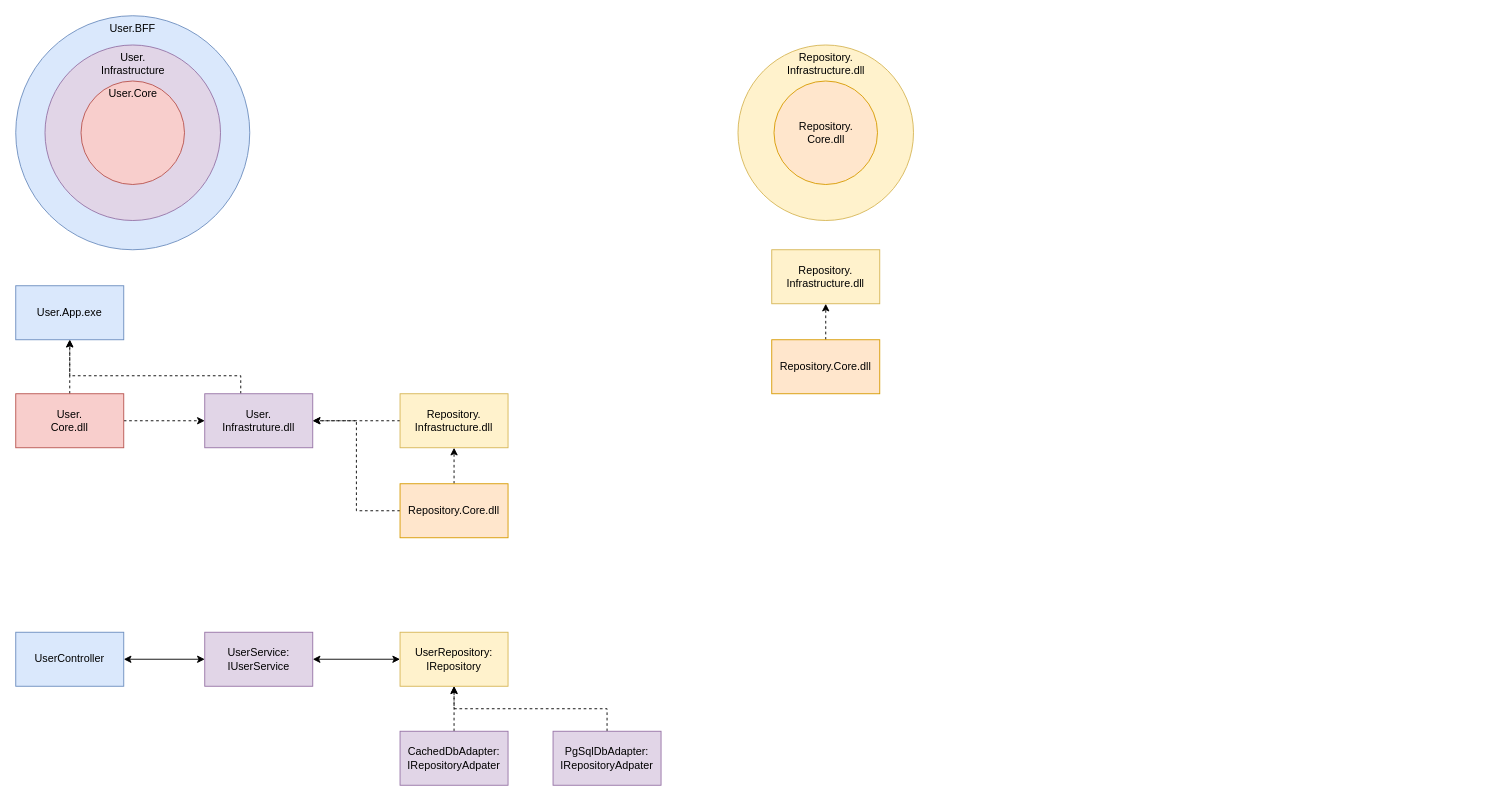
Earlier version of the draw.io diagram page "Services" (2 of 2) of Docs/Field Management System.drawio (BakPeter/FieldManagementSystem). Source tidied: cells renumbered, new cells numbered last; positions are measured from the earlier drawing's top-left corner, leaving out a move shared by most shapes. Both pictures are drawn from the tidied source at 90%, with x=0, y=0 at pixel (15, 15).
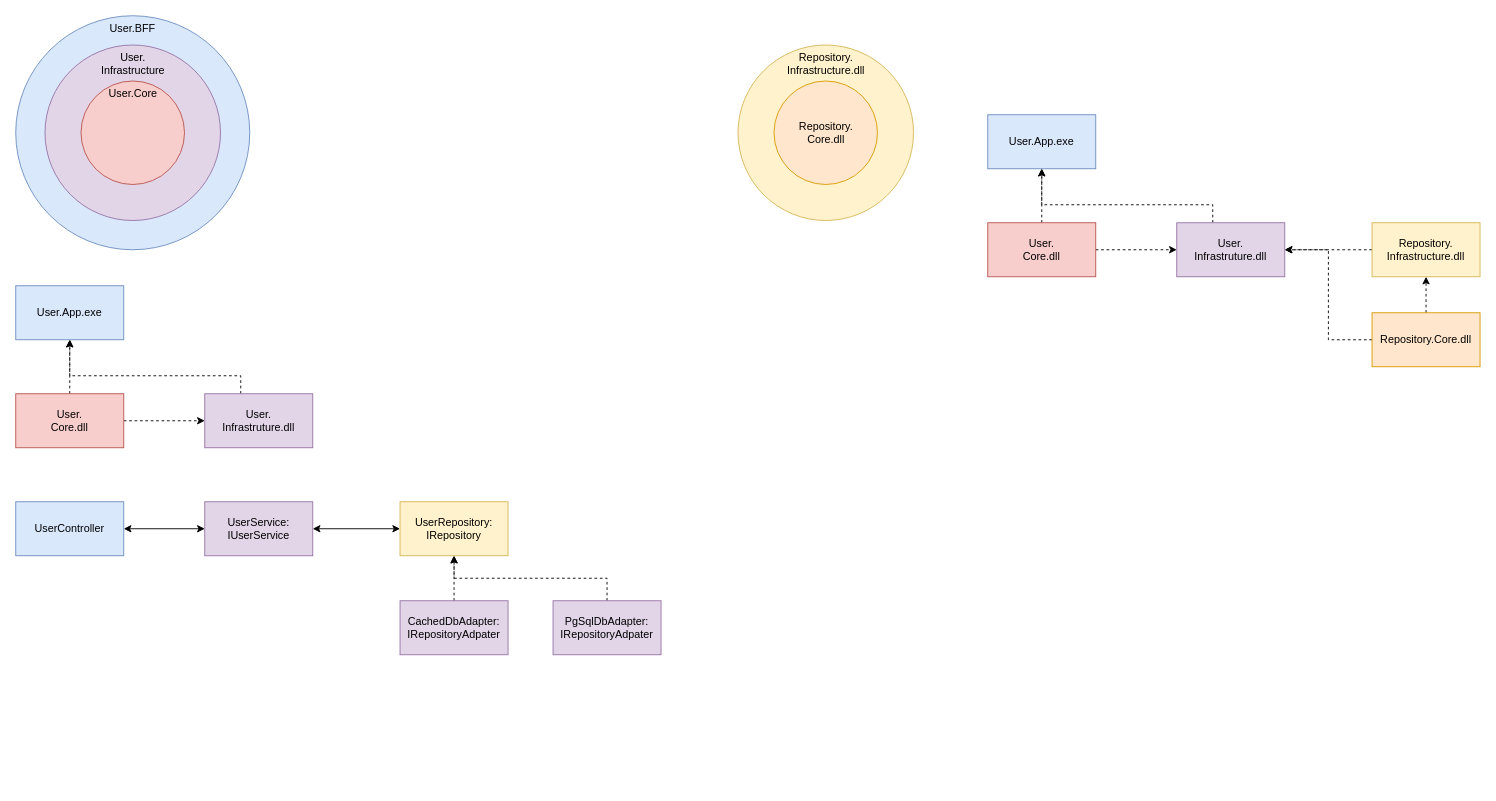
Above is the later version.

Unchanged cells that the change refers to:
```xml
<mxCell id="10" value="User.&lt;div&gt;Infrastruture.dll&lt;/div&gt;" style="rounded=0;whiteSpace=wrap;html=1;fillColor=#e1d5e7;strokeColor=#9673a6;" parent="1" vertex="1">
  <mxGeometry x="210" y="420" width="120" height="60" as="geometry" />
</mxCell>
```

Change to the diagram source:
```diff
@@
     <mxCell id="12" value="UserController" style="rounded=0;whiteSpace=wrap;html=1;fillColor=#dae8fc;strokeColor=#6c8ebf;" parent="1" vertex="1">
-      <mxGeometry y="685" width="120" height="60" as="geometry" />
+      <mxGeometry y="540" width="120" height="60" as="geometry" />
     </mxCell>
@@
     <mxCell id="14" value="UserService:&lt;div&gt;IUserService&lt;/div&gt;" style="whiteSpace=wrap;html=1;rounded=0;fillColor=#e1d5e7;strokeColor=#9673a6;" parent="1" vertex="1">
-      <mxGeometry x="210" y="685" width="120" height="60" as="geometry" />
+      <mxGeometry x="210" y="540" width="120" height="60" as="geometry" />
     </mxCell>
@@
     <mxCell id="16" value="UserRepository:&lt;div&gt;I&lt;span style=&quot;background-color: transparent; color: light-dark(rgb(0, 0, 0), rgb(255, 255, 255));&quot;&gt;Repository&lt;/span&gt;&lt;/div&gt;" style="whiteSpace=wrap;html=1;rounded=0;fillColor=#fff2cc;strokeColor=#d6b656;" parent="1" vertex="1">
-      <mxGeometry x="427" y="685" width="120" height="60" as="geometry" />
+      <mxGeometry x="427" y="540" width="120" height="60" as="geometry" />
     </mxCell>
     <mxCell id="17" value="CachedDbAdapter:&lt;div&gt;IRepositoryAdpater&lt;/div&gt;" style="whiteSpace=wrap;html=1;rounded=0;fillColor=#e1d5e7;strokeColor=#9673a6;" parent="1" vertex="1">
-      <mxGeometry x="427" y="795" width="120" height="60" as="geometry" />
+      <mxGeometry x="427" y="650" width="120" height="60" as="geometry" />
     </mxCell>
-    <mxCell id="18" style="edgeStyle=orthogonalEdgeStyle;rounded=0;jettySize=auto;html=1;entryX=0.5;entryY=1;entryDx=0;entryDy=0;dashed=1;" parent="1" edge="1" source="20" target="22">
-      <mxGeometry relative="1" as="geometry" />
-    </mxCell>
-    <mxCell id="19" style="edgeStyle=orthogonalEdgeStyle;rounded=0;jettySize=auto;html=1;entryX=1;entryY=0.5;entryDx=0;entryDy=0;dashed=1;" parent="1" edge="1" source="20" target="10">
-      <mxGeometry relative="1" as="geometry" />
-    </mxCell>
-    <mxCell id="20" value="Repository.Core.dll" style="rounded=0;whiteSpace=wrap;html=1;fillColor=#ffe6cc;strokeColor=#d79b00;" parent="1" vertex="1">
-      <mxGeometry x="427" y="520" width="120" height="60" as="geometry" />
-    </mxCell>
-    <mxCell id="21" style="edgeStyle=orthogonalEdgeStyle;rounded=0;jettySize=auto;html=1;entryX=1;entryY=0.5;entryDx=0;entryDy=0;dashed=1;" parent="1" edge="1" source="22" target="10">
-      <mxGeometry relative="1" as="geometry" />
-    </mxCell>
-    <mxCell id="22" value="Repository.&lt;div&gt;Infrastructure.dll&lt;/div&gt;" style="rounded=0;whiteSpace=wrap;html=1;fillColor=#fff2cc;strokeColor=#d6b656;" parent="1" vertex="1">
-      <mxGeometry x="427" y="420" width="120" height="60" as="geometry" />
-    </mxCell>
@@
     <mxCell id="25" style="edgeStyle=orthogonalEdgeStyle;rounded=0;jettySize=auto;html=1;dashed=1;" parent="1" edge="1" source="26" target="16">
       <mxGeometry relative="1" as="geometry">
         <Array as="points">
-          <mxPoint x="657" y="770" />
-          <mxPoint x="487" y="770" />
+          <mxPoint x="657" y="625" />
+          <mxPoint x="487" y="625" />
         </Array>
       </mxGeometry>
     </mxCell>
     <mxCell id="26" value="PgSqlDbAdapter:&lt;div&gt;IRepositoryAdpater&lt;/div&gt;" style="whiteSpace=wrap;html=1;rounded=0;fillColor=#e1d5e7;strokeColor=#9673a6;" parent="1" vertex="1">
-      <mxGeometry x="597" y="795" width="120" height="60" as="geometry" />
+      <mxGeometry x="597" y="650" width="120" height="60" as="geometry" />
     </mxCell>
-    <mxCell id="27" style="edgeStyle=orthogonalEdgeStyle;rounded=0;jettySize=auto;html=1;entryX=0.5;entryY=1;entryDx=0;entryDy=0;dashed=1;" parent="1" edge="1" source="28" target="29">
-      <mxGeometry relative="1" as="geometry" />
-    </mxCell>
-    <mxCell id="28" value="Repository.Core.dll" style="rounded=0;whiteSpace=wrap;html=1;fillColor=#ffe6cc;strokeColor=#d79b00;" parent="1" vertex="1">
-      <mxGeometry x="840" y="360" width="120" height="60" as="geometry" />
-    </mxCell>
-    <mxCell id="29" value="Repository.&lt;div&gt;Infrastructure.dll&lt;/div&gt;" style="rounded=0;whiteSpace=wrap;html=1;fillColor=#fff2cc;strokeColor=#d6b656;" parent="1" vertex="1">
-      <mxGeometry x="840" y="260" width="120" height="60" as="geometry" />
-    </mxCell>
+    <mxCell id="30" value="User.App.exe" style="rounded=0;whiteSpace=wrap;html=1;fillColor=#dae8fc;strokeColor=#6c8ebf;" parent="1" vertex="1">
+      <mxGeometry x="1080" y="110" width="120" height="60" as="geometry" />
+    </mxCell>
+    <mxCell id="31" style="edgeStyle=orthogonalEdgeStyle;rounded=0;jettySize=auto;html=1;dashed=1;" parent="1" edge="1" source="33" target="30">
+      <mxGeometry relative="1" as="geometry" />
+    </mxCell>
+    <mxCell id="32" style="edgeStyle=orthogonalEdgeStyle;rounded=0;jettySize=auto;html=1;dashed=1;" parent="1" edge="1" source="33" target="35">
+      <mxGeometry relative="1" as="geometry" />
+    </mxCell>
+    <mxCell id="33" value="User.&lt;div&gt;Core.dll&lt;/div&gt;" style="rounded=0;whiteSpace=wrap;html=1;fillColor=#f8cecc;strokeColor=#b85450;" parent="1" vertex="1">
+      <mxGeometry x="1080" y="230" width="120" height="60" as="geometry" />
+    </mxCell>
+    <mxCell id="34" style="edgeStyle=orthogonalEdgeStyle;rounded=0;jettySize=auto;html=1;dashed=1;" parent="1" edge="1" source="35">
+      <mxGeometry relative="1" as="geometry">
+        <mxPoint x="1140" y="170" as="targetPoint" />
+        <Array as="points">
+          <mxPoint x="1330" y="210" />
+          <mxPoint x="1140" y="210" />
+        </Array>
+      </mxGeometry>
+    </mxCell>
+    <mxCell id="35" value="User.&lt;div&gt;Infrastruture.dll&lt;/div&gt;" style="rounded=0;whiteSpace=wrap;html=1;fillColor=#e1d5e7;strokeColor=#9673a6;" parent="1" vertex="1">
+      <mxGeometry x="1290" y="230" width="120" height="60" as="geometry" />
+    </mxCell>
+    <mxCell id="36" style="edgeStyle=orthogonalEdgeStyle;rounded=0;jettySize=auto;html=1;entryX=0.5;entryY=1;entryDx=0;entryDy=0;dashed=1;" parent="1" edge="1" source="38" target="40">
+      <mxGeometry relative="1" as="geometry" />
+    </mxCell>
+    <mxCell id="37" style="edgeStyle=orthogonalEdgeStyle;rounded=0;jettySize=auto;html=1;entryX=1;entryY=0.5;entryDx=0;entryDy=0;dashed=1;" parent="1" edge="1" source="38" target="35">
+      <mxGeometry relative="1" as="geometry" />
+    </mxCell>
+    <mxCell id="38" value="Repository.Core.dll" style="rounded=0;whiteSpace=wrap;html=1;fillColor=#ffe6cc;strokeColor=#d79b00;" parent="1" vertex="1">
+      <mxGeometry x="1507" y="330" width="120" height="60" as="geometry" />
+    </mxCell>
+    <mxCell id="39" style="edgeStyle=orthogonalEdgeStyle;rounded=0;jettySize=auto;html=1;entryX=1;entryY=0.5;entryDx=0;entryDy=0;dashed=1;" parent="1" edge="1" source="40" target="35">
+      <mxGeometry relative="1" as="geometry" />
+    </mxCell>
+    <mxCell id="40" value="Repository.&lt;div&gt;Infrastructure.dll&lt;/div&gt;" style="rounded=0;whiteSpace=wrap;html=1;fillColor=#fff2cc;strokeColor=#d6b656;" parent="1" vertex="1">
+      <mxGeometry x="1507" y="230" width="120" height="60" as="geometry" />
+    </mxCell>
```
